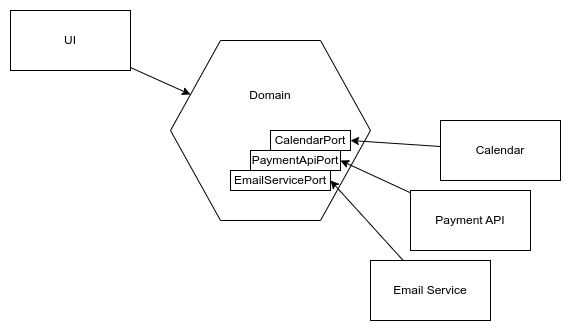
Before: hexagon.png, a diagram exported from draw.io (mgrandrath/nullable_infrastructure_kata_1). Source tidied: cells renumbered, new cells last; positions are measured from the earlier drawing's top-left corner, leaving out a move shared by most shapes.
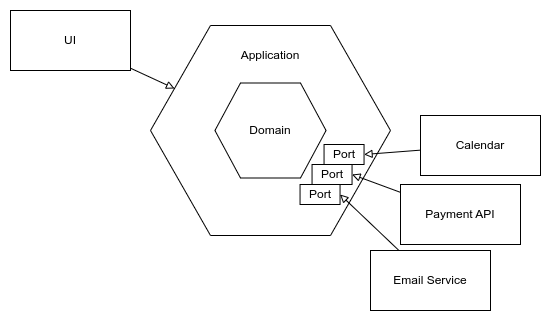
The same file after the commit.

Commit message:
depict application layer in hexagon diagram

Change to the diagram source:
```diff
@@ -2,44 +2,50 @@
   <root>
     <mxCell id="0" />
     <mxCell id="1" parent="0" />
-    <mxCell id="2" style="shape=hexagon;perimeter=hexagonPerimeter2;whiteSpace=wrap;html=1;fixedSize=1;size=50;" parent="1" vertex="1">
-      <mxGeometry x="160" y="30" width="200" height="180" as="geometry" />
+    <mxCell id="2" style="shape=hexagon;perimeter=hexagonPerimeter2;whiteSpace=wrap;html=1;fixedSize=1;size=60;" parent="1" vertex="1">
+      <mxGeometry x="140" y="15" width="240" height="210" as="geometry" />
     </mxCell>
-    <mxCell id="3" style="rounded=0;jettySize=auto;html=1;entryX=0;entryY=0.25;entryDx=0;entryDy=0;" parent="1" edge="1" source="4" target="2">
+    <mxCell id="3" style="rounded=0;jettySize=auto;html=1;entryX=0;entryY=0.25;entryDx=0;entryDy=0;endArrow=block;endFill=0;" parent="1" edge="1" source="4" target="2">
       <mxGeometry relative="1" as="geometry" />
     </mxCell>
     <mxCell id="4" value="UI" style="rounded=0;whiteSpace=wrap;html=1;" parent="1" vertex="1">
       <mxGeometry width="120" height="60" as="geometry" />
     </mxCell>
-    <mxCell id="5" style="rounded=0;jettySize=auto;html=1;entryX=1;entryY=0.5;entryDx=0;entryDy=0;" parent="1" edge="1" source="6" target="11">
+    <mxCell id="5" style="rounded=0;jettySize=auto;html=1;entryX=1;entryY=0.5;entryDx=0;entryDy=0;endArrow=block;endFill=0;" parent="1" edge="1" source="6" target="11">
       <mxGeometry relative="1" as="geometry" />
     </mxCell>
     <mxCell id="6" value="Calendar" style="rounded=0;whiteSpace=wrap;html=1;" parent="1" vertex="1">
-      <mxGeometry x="430" y="110" width="120" height="60" as="geometry" />
+      <mxGeometry x="410" y="105" width="120" height="60" as="geometry" />
     </mxCell>
-    <mxCell id="7" style="rounded=0;jettySize=auto;html=1;entryX=1;entryY=0.5;entryDx=0;entryDy=0;" parent="1" edge="1" source="8" target="12">
+    <mxCell id="7" style="rounded=0;jettySize=auto;html=1;entryX=1;entryY=0.5;entryDx=0;entryDy=0;endArrow=block;endFill=0;" parent="1" edge="1" source="8" target="12">
       <mxGeometry relative="1" as="geometry" />
     </mxCell>
     <mxCell id="8" value="Payment API" style="rounded=0;whiteSpace=wrap;html=1;" parent="1" vertex="1">
-      <mxGeometry x="400" y="180" width="120" height="60" as="geometry" />
+      <mxGeometry x="390" y="174" width="120" height="60" as="geometry" />
     </mxCell>
-    <mxCell id="9" style="rounded=0;jettySize=auto;html=1;entryX=1;entryY=0.5;entryDx=0;entryDy=0;" parent="1" edge="1" source="10" target="13">
+    <mxCell id="9" style="rounded=0;jettySize=auto;html=1;entryX=1;entryY=0.5;entryDx=0;entryDy=0;endArrow=block;endFill=0;" parent="1" edge="1" source="10" target="13">
       <mxGeometry relative="1" as="geometry" />
     </mxCell>
     <mxCell id="10" value="Email Service" style="rounded=0;whiteSpace=wrap;html=1;" parent="1" vertex="1">
-      <mxGeometry x="360" y="250" width="120" height="60" as="geometry" />
+      <mxGeometry x="360" y="240" width="120" height="60" as="geometry" />
     </mxCell>
-    <mxCell id="11" value="CalendarPort" style="rounded=0;whiteSpace=wrap;html=1;" parent="1" vertex="1">
-      <mxGeometry x="260" y="120" width="80" height="20" as="geometry" />
+    <mxCell id="11" value="Port" style="rounded=0;whiteSpace=wrap;html=1;" parent="1" vertex="1">
+      <mxGeometry x="313.6" y="134" width="40" height="20" as="geometry" />
     </mxCell>
-    <mxCell id="12" value="PaymentApiPort" style="rounded=0;whiteSpace=wrap;html=1;" parent="1" vertex="1">
-      <mxGeometry x="240" y="140" width="90" height="20" as="geometry" />
+    <mxCell id="12" value="Port" style="rounded=0;whiteSpace=wrap;html=1;" parent="1" vertex="1">
+      <mxGeometry x="301.6" y="154" width="40" height="20" as="geometry" />
     </mxCell>
-    <mxCell id="13" value="EmailServicePort" style="rounded=0;whiteSpace=wrap;html=1;" parent="1" vertex="1">
-      <mxGeometry x="220" y="160" width="100" height="20" as="geometry" />
+    <mxCell id="13" value="Port" style="rounded=0;whiteSpace=wrap;html=1;" parent="1" vertex="1">
+      <mxGeometry x="289.6" y="174" width="40" height="20" as="geometry" />
     </mxCell>
+    <mxCell id="15" style="shape=hexagon;perimeter=hexagonPerimeter2;whiteSpace=wrap;html=1;fixedSize=1;size=25.559999999999945;" parent="1" vertex="1">
+      <mxGeometry x="204.4" y="72.5" width="111.1" height="95" as="geometry" />
+    </mxCell>
+    <mxCell id="16" value="Application" style="text;html=1;align=center;verticalAlign=middle;whiteSpace=wrap;rounded=0;" parent="1" vertex="1">
+      <mxGeometry x="230" y="30" width="60" height="30" as="geometry" />
+    </mxCell>
     <mxCell id="14" value="Domain" style="text;html=1;align=center;verticalAlign=middle;whiteSpace=wrap;rounded=0;" parent="1" vertex="1">
-      <mxGeometry x="230" y="70" width="60" height="30" as="geometry" />
+      <mxGeometry x="230" y="105" width="60" height="30" as="geometry" />
     </mxCell>
   </root>
 </mxGraphModel>
```
